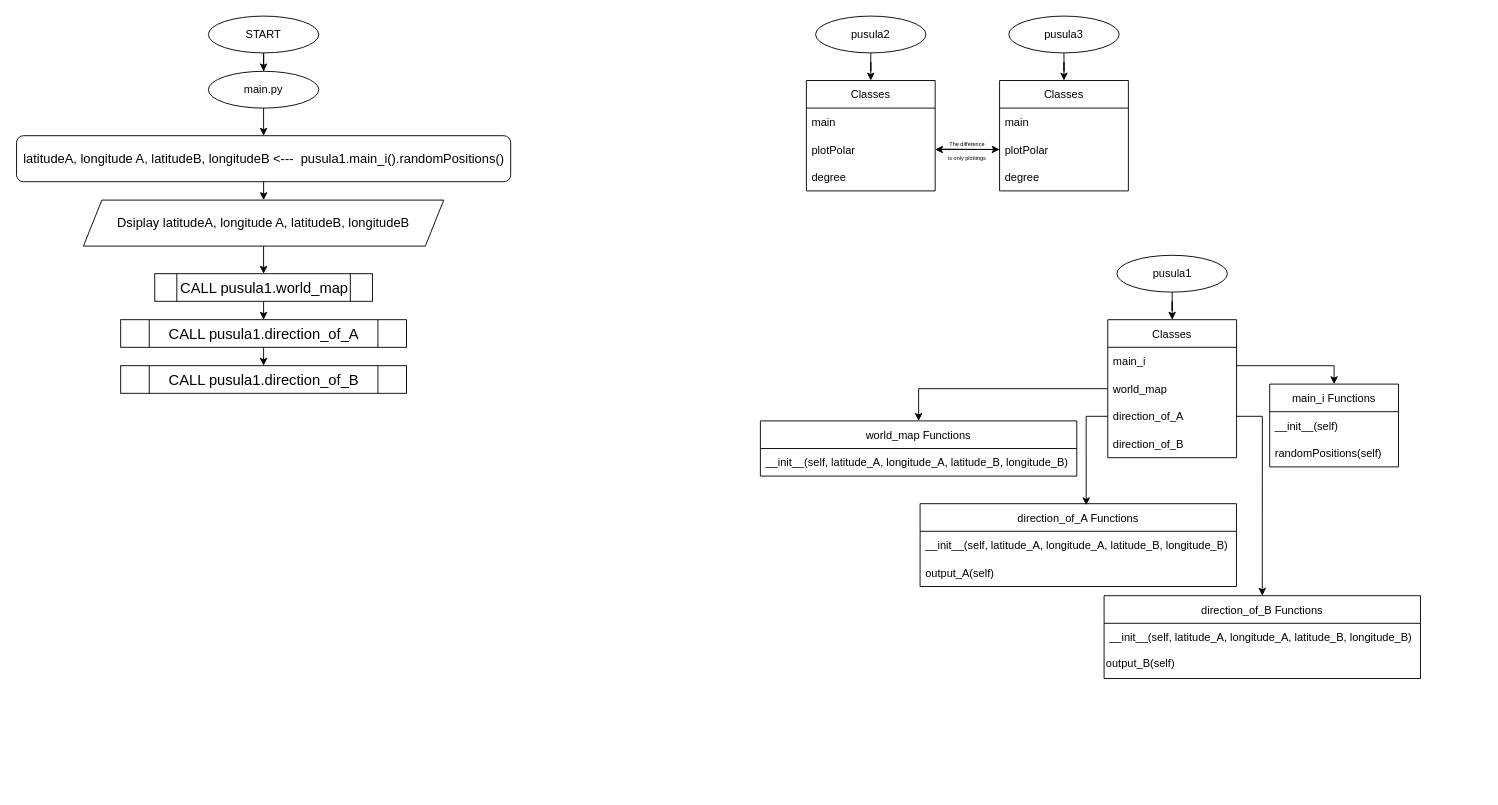
This is compassSystem.drawio from mmuurraatt/AnadoluRobotik, a draw.io file, before an edit. Source tidied: cells renumbered, new cells numbered last; positions are measured from the earlier drawing's top-left corner, leaving out a move shared by most shapes. Both pictures are drawn from the tidied source at 92%, with x=0, y=0 at pixel (16, 16).
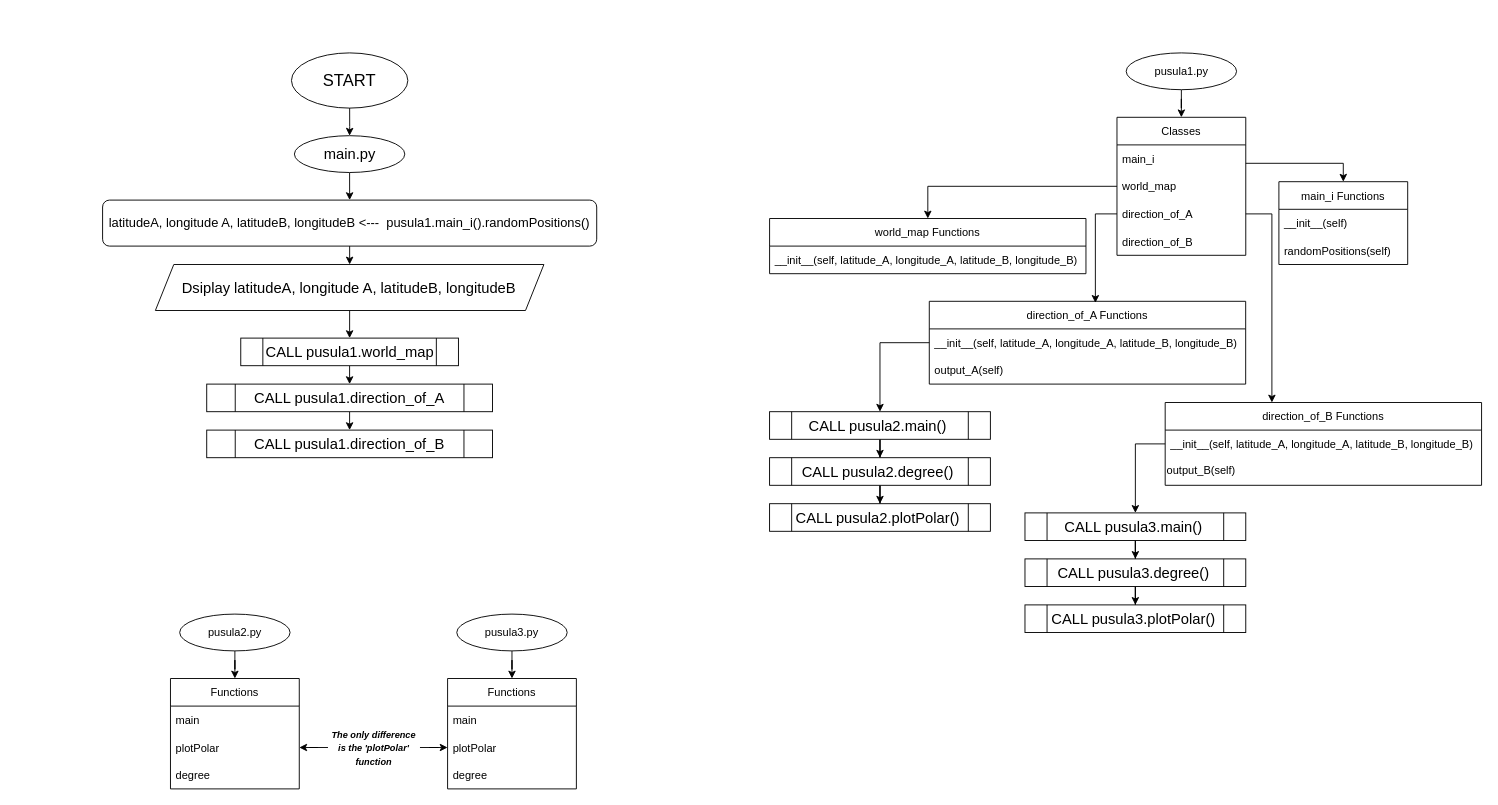
The same page after the edit.

Unchanged cells that the change refers to:
```xml
<mxCell id="13" value="direction_of_A" style="text;strokeColor=none;fillColor=none;align=left;verticalAlign=middle;spacingLeft=4;spacingRight=4;overflow=hidden;points=[[0,0.5],[1,0.5]];portConstraint=eastwest;labelBackgroundColor=#FFFFFF;fontFamily=Helvetica;fontColor=#000000;" parent="10" vertex="1">
  <mxGeometry y="90" width="140" height="30" as="geometry" />
</mxCell>
<mxCell id="23" value="__init__(self, latitude_A, longitude_A, latitude_B, longitude_B)" style="text;strokeColor=none;fillColor=none;align=left;verticalAlign=middle;spacingLeft=4;spacingRight=4;overflow=hidden;points=[[0,0.5],[1,0.5]];portConstraint=eastwest;labelBackgroundColor=#FFFFFF;fontFamily=Helvetica;fontColor=#000000;" parent="22" vertex="1">
  <mxGeometry y="30" width="343.9" height="30" as="geometry" />
</mxCell>
<mxCell id="28" value="__init__(self, latitude_A, longitude_A, latitude_B, longitude_B)" style="text;strokeColor=none;fillColor=none;align=left;verticalAlign=middle;spacingLeft=4;spacingRight=4;overflow=hidden;points=[[0,0.5],[1,0.5]];portConstraint=eastwest;labelBackgroundColor=#FFFFFF;fontFamily=Helvetica;fontColor=#000000;" parent="27" vertex="1">
  <mxGeometry y="30" width="343.9" height="30" as="geometry" />
</mxCell>
<mxCell id="34" value="plotPolar" style="text;strokeColor=none;fillColor=none;align=left;verticalAlign=middle;spacingLeft=4;spacingRight=4;overflow=hidden;points=[[0,0.5],[1,0.5]];portConstraint=eastwest;labelBackgroundColor=#FFFFFF;fontFamily=Helvetica;fontColor=#000000;" parent="32" vertex="1">
  <mxGeometry y="60" width="140" height="30" as="geometry" />
</mxCell>
<mxCell id="40" value="plotPolar" style="text;strokeColor=none;fillColor=none;align=left;verticalAlign=middle;spacingLeft=4;spacingRight=4;overflow=hidden;points=[[0,0.5],[1,0.5]];portConstraint=eastwest;labelBackgroundColor=#FFFFFF;fontFamily=Helvetica;fontColor=#000000;" parent="38" vertex="1">
  <mxGeometry y="60" width="140" height="30" as="geometry" />
</mxCell>
```

What changed in the source:
```diff
@@
-    <mxCell id="3" value="START" style="ellipse;whiteSpace=wrap;html=1;" parent="1" vertex="1">
-      <mxGeometry x="209" width="120" height="40" as="geometry" />
+    <mxCell id="3" value="&lt;font style=&quot;font-size: 18px;&quot;&gt;START&lt;/font&gt;" style="ellipse;whiteSpace=wrap;html=1;" parent="1" vertex="1">
+      <mxGeometry x="299.3" y="40" width="126.5" height="60" as="geometry" />
     </mxCell>
@@
-    <mxCell id="5" value="main.py" style="ellipse;whiteSpace=wrap;html=1;" parent="1" vertex="1">
-      <mxGeometry x="209" y="60" width="120" height="40" as="geometry" />
+    <mxCell id="5" value="&lt;font style=&quot;font-size: 16px;&quot;&gt;main.py&lt;/font&gt;" style="ellipse;whiteSpace=wrap;html=1;" parent="1" vertex="1">
+      <mxGeometry x="302.5" y="130" width="120" height="40" as="geometry" />
     </mxCell>
@@
     <mxCell id="7" value="&lt;font style=&quot;font-size: 14px;&quot;&gt;latitudeA, longitude A, latitudeB, longitudeB&amp;nbsp;&lt;font style=&quot;&quot;&gt;&amp;lt;&lt;/font&gt;&lt;font style=&quot;&quot;&gt;---&lt;/font&gt;&amp;nbsp;&amp;nbsp;&lt;span style=&quot;background-color: rgb(255, 255, 255);&quot;&gt;pusula1.main_i().randomPositions()&lt;/span&gt;&lt;/font&gt;" style="rounded=1;whiteSpace=wrap;html=1;fontSize=12;glass=0;strokeWidth=1;shadow=0;" parent="1" vertex="1">
-      <mxGeometry x="0.5" y="130" width="537.1" height="50" as="geometry" />
+      <mxGeometry x="94" y="200" width="537.1" height="50" as="geometry" />
     </mxCell>
@@
-    <mxCell id="9" value="pusula1" style="ellipse;whiteSpace=wrap;html=1;" parent="1" vertex="1">
-      <mxGeometry x="1196.6" y="260" width="120" height="40" as="geometry" />
+    <mxCell id="9" value="pusula1.py" style="ellipse;whiteSpace=wrap;html=1;" parent="1" vertex="1">
+      <mxGeometry x="1206.6" y="40" width="120" height="40" as="geometry" />
     </mxCell>
     <mxCell id="10" value="Classes" style="swimlane;fontStyle=0;horizontal=1;startSize=30;labelBackgroundColor=#FFFFFF;fontFamily=Helvetica;fontColor=#000000;" parent="1" vertex="1">
-      <mxGeometry x="1186.6" y="330" width="140" height="150" as="geometry" />
+      <mxGeometry x="1196.6" y="110" width="140" height="150" as="geometry" />
     </mxCell>
@@
     <mxCell id="15" value="main_i Functions" style="swimlane;fontStyle=0;horizontal=1;startSize=30;labelBackgroundColor=#FFFFFF;fontFamily=Helvetica;fontColor=#000000;" parent="1" vertex="1">
-      <mxGeometry x="1362.6" y="400" width="140" height="90" as="geometry" />
+      <mxGeometry x="1372.6" y="180" width="140" height="90" as="geometry" />
     </mxCell>
@@
     <mxCell id="18" style="edgeStyle=orthogonalEdgeStyle;rounded=0;jettySize=auto;html=1;fontFamily=Helvetica;fontColor=#000000;entryX=0.5;entryY=0;entryDx=0;entryDy=0;" parent="1" edge="1" target="15">
       <mxGeometry relative="1" as="geometry">
-        <mxPoint x="1326.6" y="380" as="sourcePoint" />
+        <mxPoint x="1336.6" y="160" as="sourcePoint" />
         <Array as="points">
-          <mxPoint x="1432.6" y="380" />
+          <mxPoint x="1442.6" y="160" />
         </Array>
       </mxGeometry>
     </mxCell>
     <mxCell id="19" value="world_map Functions" style="swimlane;fontStyle=0;horizontal=1;startSize=30;labelBackgroundColor=#FFFFFF;fontFamily=Helvetica;fontColor=#000000;" parent="1" vertex="1">
-      <mxGeometry x="809" y="440" width="343.9" height="60" as="geometry" />
+      <mxGeometry x="819" y="220" width="343.9" height="60" as="geometry" />
     </mxCell>
@@
     <mxCell id="22" value="direction_of_A Functions" style="swimlane;fontStyle=0;horizontal=1;startSize=30;labelBackgroundColor=#FFFFFF;fontFamily=Helvetica;fontColor=#000000;" parent="1" vertex="1">
-      <mxGeometry x="982.6" y="530" width="343.9" height="90" as="geometry" />
+      <mxGeometry x="992.6" y="310" width="343.9" height="90" as="geometry" />
     </mxCell>
@@
-    <mxCell id="26" style="edgeStyle=orthogonalEdgeStyle;rounded=0;jettySize=auto;html=1;exitX=1;exitY=0.5;exitDx=0;exitDy=0;fontFamily=Helvetica;fontColor=#000000;entryX=0.5;entryY=0;entryDx=0;entryDy=0;" parent="1" edge="1" source="13" target="27">
+    <mxCell id="26" style="edgeStyle=orthogonalEdgeStyle;rounded=0;jettySize=auto;html=1;exitX=1;exitY=0.5;exitDx=0;exitDy=0;fontFamily=Helvetica;fontColor=#000000;" parent="1" edge="1" source="13" target="27">
       <mxGeometry relative="1" as="geometry">
         <Array as="points">
-          <mxPoint x="1354.6" y="435" />
+          <mxPoint x="1365" y="215" />
         </Array>
       </mxGeometry>
     </mxCell>
+    <mxCell id="52" style="edgeStyle=orthogonalEdgeStyle;rounded=0;jettySize=auto;html=1;entryX=0.5;entryY=0;entryDx=0;entryDy=0;exitX=0;exitY=0.5;exitDx=0;exitDy=0;" parent="1" edge="1" source="28" target="62">
+      <mxGeometry relative="1" as="geometry" />
+    </mxCell>
     <mxCell id="27" value="direction_of_B Functions" style="swimlane;fontStyle=0;horizontal=1;startSize=30;labelBackgroundColor=#FFFFFF;fontFamily=Helvetica;fontColor=#000000;" parent="1" vertex="1">
-      <mxGeometry x="1182.6" y="630" width="343.9" height="90" as="geometry" />
+      <mxGeometry x="1249" y="420" width="343.9" height="90" as="geometry" />
     </mxCell>
@@
-    <mxCell id="31" value="pusula2" style="ellipse;whiteSpace=wrap;html=1;" parent="1" vertex="1">
-      <mxGeometry x="869" width="120" height="40" as="geometry" />
+    <mxCell id="31" value="pusula2.py" style="ellipse;whiteSpace=wrap;html=1;" parent="1" vertex="1">
+      <mxGeometry x="177.8" y="650" width="120" height="40" as="geometry" />
     </mxCell>
-    <mxCell id="32" value="Classes" style="swimlane;fontStyle=0;horizontal=1;startSize=30;labelBackgroundColor=#FFFFFF;fontFamily=Helvetica;fontColor=#000000;" parent="1" vertex="1">
-      <mxGeometry x="859" y="70" width="140" height="120" as="geometry" />
+    <mxCell id="32" value="Functions" style="swimlane;fontStyle=0;horizontal=1;startSize=30;labelBackgroundColor=#FFFFFF;fontFamily=Helvetica;fontColor=#000000;" parent="1" vertex="1">
+      <mxGeometry x="167.8" y="720" width="140" height="120" as="geometry" />
     </mxCell>
@@
-    <mxCell id="37" value="pusula3" style="ellipse;whiteSpace=wrap;html=1;" parent="1" vertex="1">
-      <mxGeometry x="1079" width="120" height="40" as="geometry" />
+    <mxCell id="37" value="pusula3.py" style="ellipse;whiteSpace=wrap;html=1;" parent="1" vertex="1">
+      <mxGeometry x="479" y="650" width="120" height="40" as="geometry" />
     </mxCell>
-    <mxCell id="38" value="Classes" style="swimlane;fontStyle=0;horizontal=1;startSize=30;labelBackgroundColor=#FFFFFF;fontFamily=Helvetica;fontColor=#000000;" parent="1" vertex="1">
-      <mxGeometry x="1069" y="70" width="140" height="120" as="geometry" />
+    <mxCell id="38" value="Functions" style="swimlane;fontStyle=0;horizontal=1;startSize=30;labelBackgroundColor=#FFFFFF;fontFamily=Helvetica;fontColor=#000000;" parent="1" vertex="1">
+      <mxGeometry x="469" y="720" width="140" height="120" as="geometry" />
     </mxCell>
@@
-    <mxCell id="42" style="edgeStyle=none;rounded=0;jettySize=auto;html=1;" parent="1" edge="1" source="40">
-      <mxGeometry relative="1" as="geometry">
-        <mxPoint x="999" y="145" as="targetPoint" />
-      </mxGeometry>
-    </mxCell>
-    <mxCell id="43" style="edgeStyle=none;rounded=0;jettySize=auto;html=1;exitX=1.014;exitY=0.487;exitDx=0;exitDy=0;entryX=0;entryY=0.5;entryDx=0;entryDy=0;startArrow=none;exitPerimeter=0;" parent="1" edge="1" source="34" target="40">
-      <mxGeometry relative="1" as="geometry" />
-    </mxCell>
+    <mxCell id="53" style="edgeStyle=orthogonalEdgeStyle;rounded=0;jettySize=auto;html=1;fontSize=16;entryX=1;entryY=0.5;entryDx=0;entryDy=0;" parent="1" edge="1" source="44" target="34">
+      <mxGeometry relative="1" as="geometry" />
+    </mxCell>
+    <mxCell id="54" style="edgeStyle=orthogonalEdgeStyle;rounded=0;jettySize=auto;html=1;fontSize=10;entryX=0;entryY=0.5;entryDx=0;entryDy=0;" parent="1" edge="1" source="44" target="40">
+      <mxGeometry relative="1" as="geometry" />
+    </mxCell>
-    <mxCell id="44" value="&lt;font style=&quot;font-size: 6px;&quot;&gt;The difference&lt;br&gt;is only plottings&lt;br&gt;&lt;/font&gt;" style="text;html=1;strokeColor=none;fillColor=none;align=center;verticalAlign=middle;whiteSpace=wrap;rounded=0;" parent="1" vertex="1">
-      <mxGeometry x="999" y="130" width="70" height="30" as="geometry" />
+    <mxCell id="44" value="&lt;font style=&quot;&quot;&gt;&lt;font style=&quot;font-size: 10px;&quot;&gt;&lt;b&gt;&lt;i&gt;The only difference&lt;br&gt;is the 'plotPolar' function&lt;/i&gt;&lt;/b&gt;&lt;/font&gt;&lt;br&gt;&lt;/font&gt;" style="text;html=1;strokeColor=none;fillColor=none;align=center;verticalAlign=middle;whiteSpace=wrap;rounded=0;" parent="1" vertex="1">
+      <mxGeometry x="339" y="770" width="100" height="50" as="geometry" />
     </mxCell>
@@
-    <mxCell id="46" value="&lt;font style=&quot;font-size: 14px;&quot;&gt;Dsiplay latitudeA, longitude A, latitudeB, longitudeB&lt;/font&gt;" style="shape=parallelogram;perimeter=parallelogramPerimeter;whiteSpace=wrap;html=1;fixedSize=1;" parent="1" vertex="1">
-      <mxGeometry x="73.2" y="200" width="391.6" height="50" as="geometry" />
+    <mxCell id="46" value="&lt;font style=&quot;font-size: 16px;&quot;&gt;Dsiplay latitudeA, longitude A, latitudeB, longitudeB&lt;/font&gt;" style="shape=parallelogram;perimeter=parallelogramPerimeter;whiteSpace=wrap;html=1;fixedSize=1;" parent="1" vertex="1">
+      <mxGeometry x="151.4" y="270" width="422.3" height="50" as="geometry" />
     </mxCell>
@@
     <mxCell id="48" value="&lt;font size=&quot;3&quot;&gt;CALL pusula1.world_map&lt;/font&gt;" style="shape=process;whiteSpace=wrap;html=1;backgroundOutline=1;fontSize=6;" parent="1" vertex="1">
-      <mxGeometry x="150.7" y="280" width="236.6" height="30" as="geometry" />
+      <mxGeometry x="244.2" y="350" width="236.6" height="30" as="geometry" />
     </mxCell>
@@
     <mxCell id="50" value="&lt;font size=&quot;3&quot;&gt;CALL pusula1.direction_of_A&lt;/font&gt;" style="shape=process;whiteSpace=wrap;html=1;backgroundOutline=1;fontSize=6;" parent="1" vertex="1">
-      <mxGeometry x="113.7" y="330" width="310.6" height="30" as="geometry" />
+      <mxGeometry x="207.2" y="400" width="310.6" height="30" as="geometry" />
     </mxCell>
     <mxCell id="51" value="&lt;font size=&quot;3&quot;&gt;CALL pusula1.direction_of_B&lt;/font&gt;" style="shape=process;whiteSpace=wrap;html=1;backgroundOutline=1;fontSize=6;" parent="1" vertex="1">
-      <mxGeometry x="113.7" y="380" width="310.6" height="30" as="geometry" />
+      <mxGeometry x="207.2" y="450" width="310.6" height="30" as="geometry" />
     </mxCell>
+    <mxCell id="55" style="edgeStyle=orthogonalEdgeStyle;rounded=0;jettySize=auto;html=1;" parent="1" edge="1" source="56" target="59">
+      <mxGeometry relative="1" as="geometry" />
+    </mxCell>
+    <mxCell id="56" value="&lt;font size=&quot;3&quot;&gt;CALL pusula2.main()&amp;nbsp;&lt;/font&gt;" style="shape=process;whiteSpace=wrap;html=1;backgroundOutline=1;fontSize=6;" parent="1" vertex="1">
+      <mxGeometry x="819" y="430" width="240" height="30" as="geometry" />
+    </mxCell>
+    <mxCell id="57" style="edgeStyle=orthogonalEdgeStyle;rounded=0;jettySize=auto;html=1;" parent="1" edge="1" source="23" target="56">
+      <mxGeometry relative="1" as="geometry" />
+    </mxCell>
+    <mxCell id="58" style="edgeStyle=orthogonalEdgeStyle;rounded=0;jettySize=auto;html=1;" parent="1" edge="1" source="59" target="60">
+      <mxGeometry relative="1" as="geometry" />
+    </mxCell>
+    <mxCell id="59" value="&lt;font size=&quot;3&quot;&gt;CALL pusula2.degree()&amp;nbsp;&lt;/font&gt;" style="shape=process;whiteSpace=wrap;html=1;backgroundOutline=1;fontSize=6;" parent="1" vertex="1">
+      <mxGeometry x="819" y="480" width="240" height="30" as="geometry" />
+    </mxCell>
+    <mxCell id="60" value="&lt;font size=&quot;3&quot;&gt;CALL pusula2.plotPolar()&amp;nbsp;&lt;/font&gt;" style="shape=process;whiteSpace=wrap;html=1;backgroundOutline=1;fontSize=6;" parent="1" vertex="1">
+      <mxGeometry x="819" y="530" width="240" height="30" as="geometry" />
+    </mxCell>
+    <mxCell id="61" style="edgeStyle=orthogonalEdgeStyle;rounded=0;jettySize=auto;html=1;" parent="1" edge="1" source="62" target="64">
+      <mxGeometry relative="1" as="geometry" />
+    </mxCell>
+    <mxCell id="62" value="&lt;font size=&quot;3&quot;&gt;CALL pusula3.main()&amp;nbsp;&lt;/font&gt;" style="shape=process;whiteSpace=wrap;html=1;backgroundOutline=1;fontSize=6;" parent="1" vertex="1">
+      <mxGeometry x="1096.6" y="540" width="240" height="30" as="geometry" />
+    </mxCell>
+    <mxCell id="63" style="edgeStyle=orthogonalEdgeStyle;rounded=0;jettySize=auto;html=1;" parent="1" edge="1" source="64" target="65">
+      <mxGeometry relative="1" as="geometry" />
+    </mxCell>
+    <mxCell id="64" value="&lt;font size=&quot;3&quot;&gt;CALL pusula3.degree()&amp;nbsp;&lt;/font&gt;" style="shape=process;whiteSpace=wrap;html=1;backgroundOutline=1;fontSize=6;" parent="1" vertex="1">
+      <mxGeometry x="1096.6" y="590" width="240" height="30" as="geometry" />
+    </mxCell>
+    <mxCell id="65" value="&lt;font size=&quot;3&quot;&gt;CALL pusula3.plotPolar()&amp;nbsp;&lt;/font&gt;" style="shape=process;whiteSpace=wrap;html=1;backgroundOutline=1;fontSize=6;" parent="1" vertex="1">
+      <mxGeometry x="1096.6" y="640" width="240" height="30" as="geometry" />
+    </mxCell>
```
